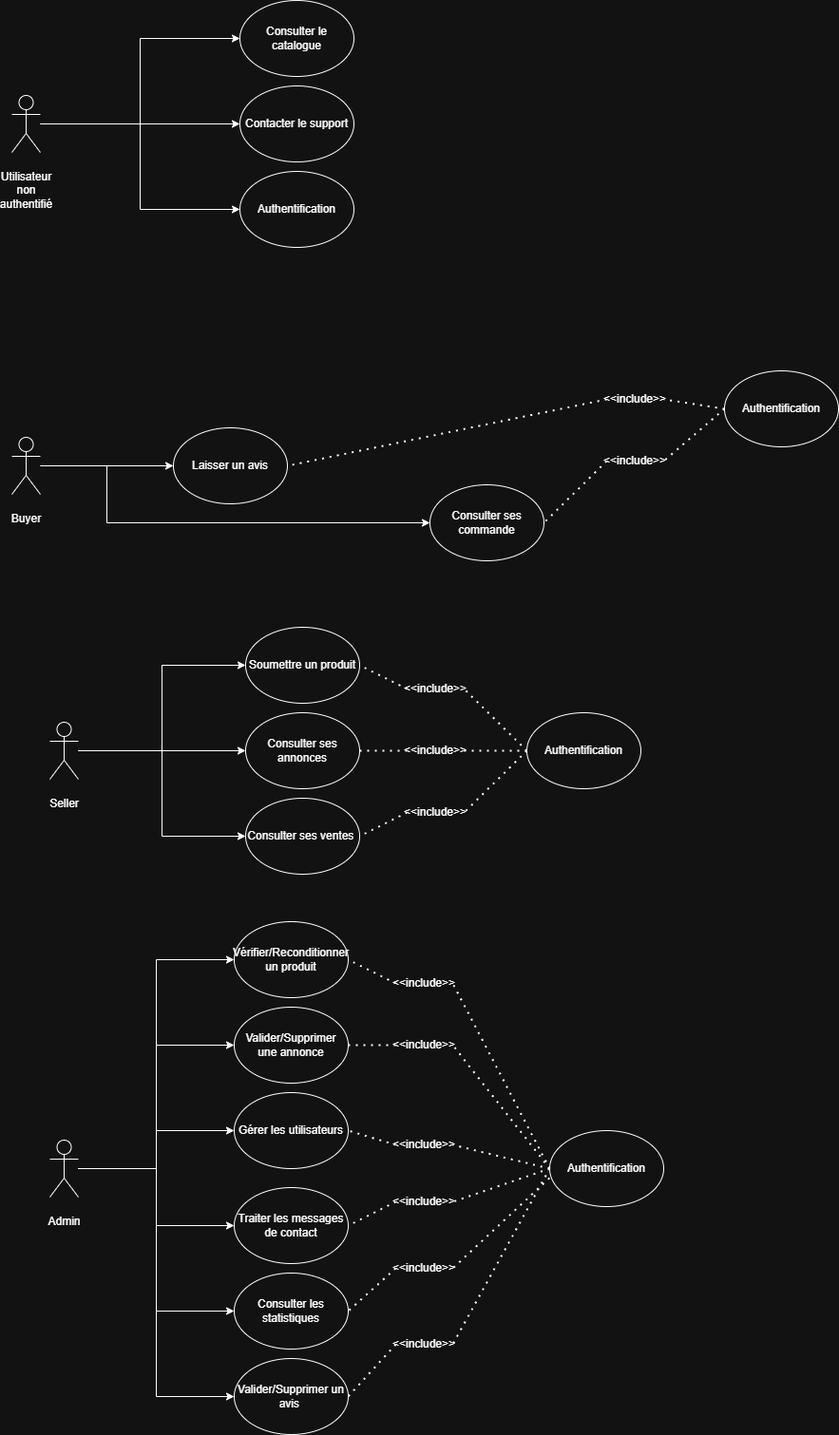
Before: Docs/Diagramme d'utilisation.drawio.png, a diagram exported from draw.io (MelvinAssi/ECF_Web_Market). Source tidied: cells renumbered, new cells last; positions are measured from the earlier drawing's top-left corner, leaving out a move shared by most shapes.
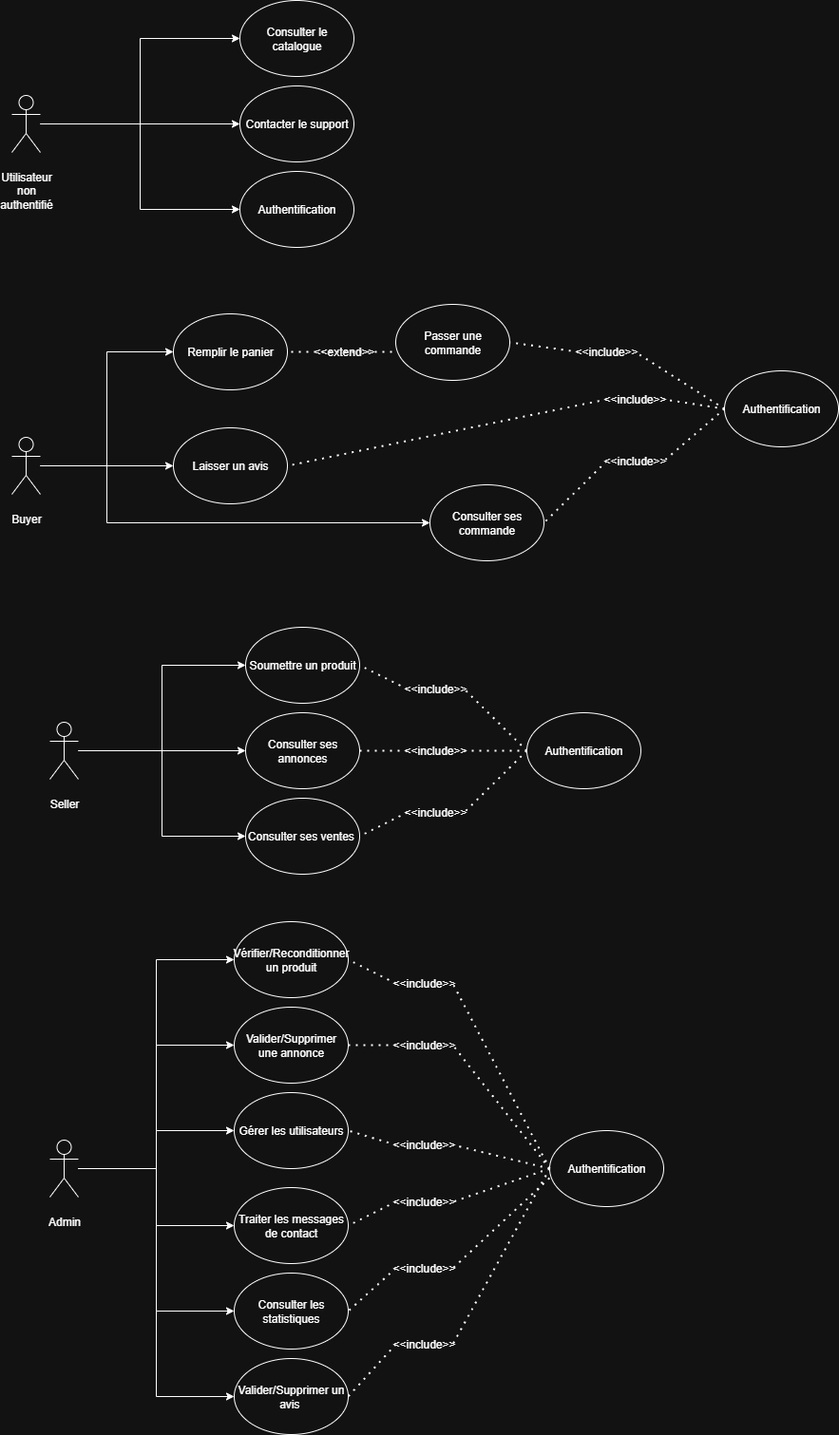
The same file after the commit.

What changed in the source:
```diff
@@ -25,6 +25,9 @@
         </Array>
       </mxGeometry>
     </mxCell>
+    <mxCell id="70" style="edgeStyle=orthogonalEdgeStyle;rounded=0;jettySize=auto;html=1;entryX=0;entryY=0.5;entryDx=0;entryDy=0;" parent="1" edge="1" source="8" target="71">
+      <mxGeometry relative="1" as="geometry" />
+    </mxCell>
     <mxCell id="8" value="&lt;p style=&quot;white-space: pre-wrap;&quot; dir=&quot;auto&quot;&gt;Buyer&lt;/p&gt;" style="shape=umlActor;verticalLabelPosition=bottom;verticalAlign=top;html=1;outlineConnect=0;" parent="1" vertex="1">
       <mxGeometry y="460" width="30" height="60" as="geometry" />
     </mxCell>
@@ -211,5 +214,28 @@
     <mxCell id="69" style="endArrow=none;dashed=1;html=1;dashPattern=1 3;strokeWidth=2;rounded=0;entryX=1;entryY=0.5;entryDx=0;entryDy=0;exitX=0;exitY=0.5;exitDx=0;exitDy=0;" parent="1" edge="1" source="64" target="60">
       <mxGeometry relative="1" as="geometry" />
     </mxCell>
+    <mxCell id="71" value="&lt;p style=&quot;white-space-collapse: preserve;&quot; dir=&quot;auto&quot;&gt;Remplir le panier&lt;/p&gt;" style="ellipse;whiteSpace=wrap;html=1;" parent="1" vertex="1">
+      <mxGeometry x="170" y="330" width="120" height="80" as="geometry" />
+    </mxCell>
+    <mxCell id="72" value="&lt;p style=&quot;white-space-collapse: preserve;&quot; dir=&quot;auto&quot;&gt;Passer une commande&lt;/p&gt;" style="ellipse;whiteSpace=wrap;html=1;" parent="1" vertex="1">
+      <mxGeometry x="404" y="320" width="120" height="80" as="geometry" />
+    </mxCell>
+    <mxCell id="73" value="&amp;lt;&amp;lt;&lt;span style=&quot;color: light-dark(rgb(0, 0, 0), rgb(255, 255, 255)); white-space-collapse: preserve; background-color: transparent;&quot;&gt;include&amp;gt;&amp;gt;&lt;/span&gt;" style="text;html=1;align=center;verticalAlign=middle;whiteSpace=wrap;rounded=0;" parent="1" vertex="1">
+      <mxGeometry x="596" y="355" width="60" height="30" as="geometry" />
+    </mxCell>
+    <mxCell id="74" style="endArrow=none;dashed=1;html=1;dashPattern=1 3;strokeWidth=2;rounded=0;entryX=1;entryY=0.5;entryDx=0;entryDy=0;exitX=0;exitY=0.5;exitDx=0;exitDy=0;" parent="1" edge="1" source="23" target="73">
+      <mxGeometry relative="1" as="geometry" />
+    </mxCell>
+    <mxCell id="75" style="endArrow=none;dashed=1;html=1;dashPattern=1 3;strokeWidth=2;rounded=0;entryX=1;entryY=0.5;entryDx=0;entryDy=0;exitX=0;exitY=0.5;exitDx=0;exitDy=0;" parent="1" edge="1" source="73" target="72">
+      <mxGeometry relative="1" as="geometry" />
+    </mxCell>
+    <mxCell id="76" style="endArrow=none;dashed=1;html=1;dashPattern=1 3;strokeWidth=2;rounded=0;entryX=1;entryY=0.5;entryDx=0;entryDy=0;" parent="1" edge="1" target="71">
+      <mxGeometry relative="1" as="geometry">
+        <mxPoint x="400" y="370" as="sourcePoint" />
+      </mxGeometry>
+    </mxCell>
+    <mxCell id="77" value="&amp;lt;&amp;lt;extend&lt;span style=&quot;color: light-dark(rgb(0, 0, 0), rgb(255, 255, 255)); white-space-collapse: preserve; background-color: transparent;&quot;&gt;&amp;gt;&amp;gt;&lt;/span&gt;" style="text;html=1;align=center;verticalAlign=middle;whiteSpace=wrap;rounded=0;" parent="1" vertex="1">
+      <mxGeometry x="320" y="355" width="60" height="30" as="geometry" />
+    </mxCell>
   </root>
 </mxGraphModel>
```
